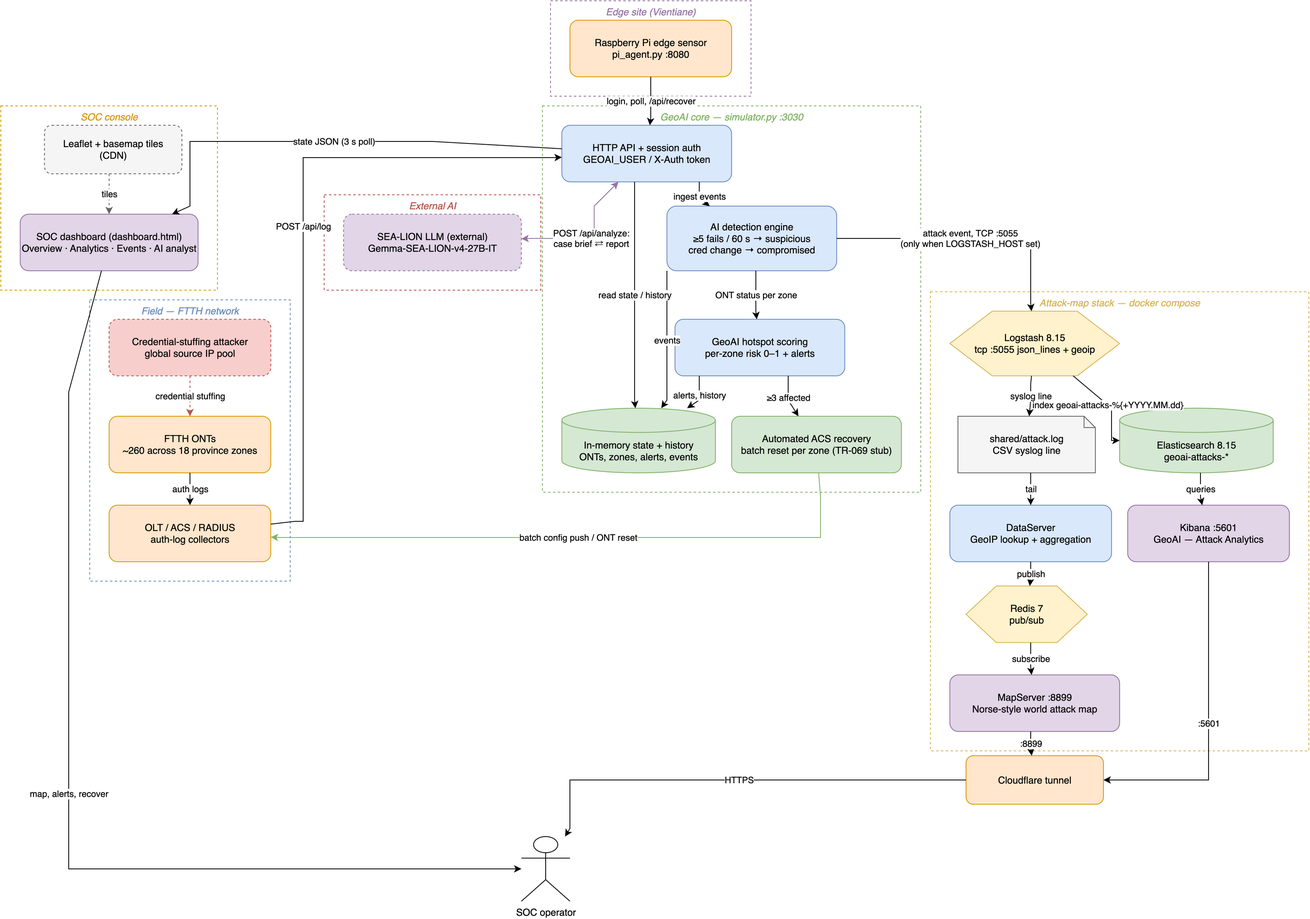
This is docs/architecture.png from phonepadith/HACK_LA_127, a draw.io export, as it was before one commit. Source tidied: cells renumbered, new cells last; positions are measured from the earlier drawing's top-left corner, leaving out a move shared by most shapes.
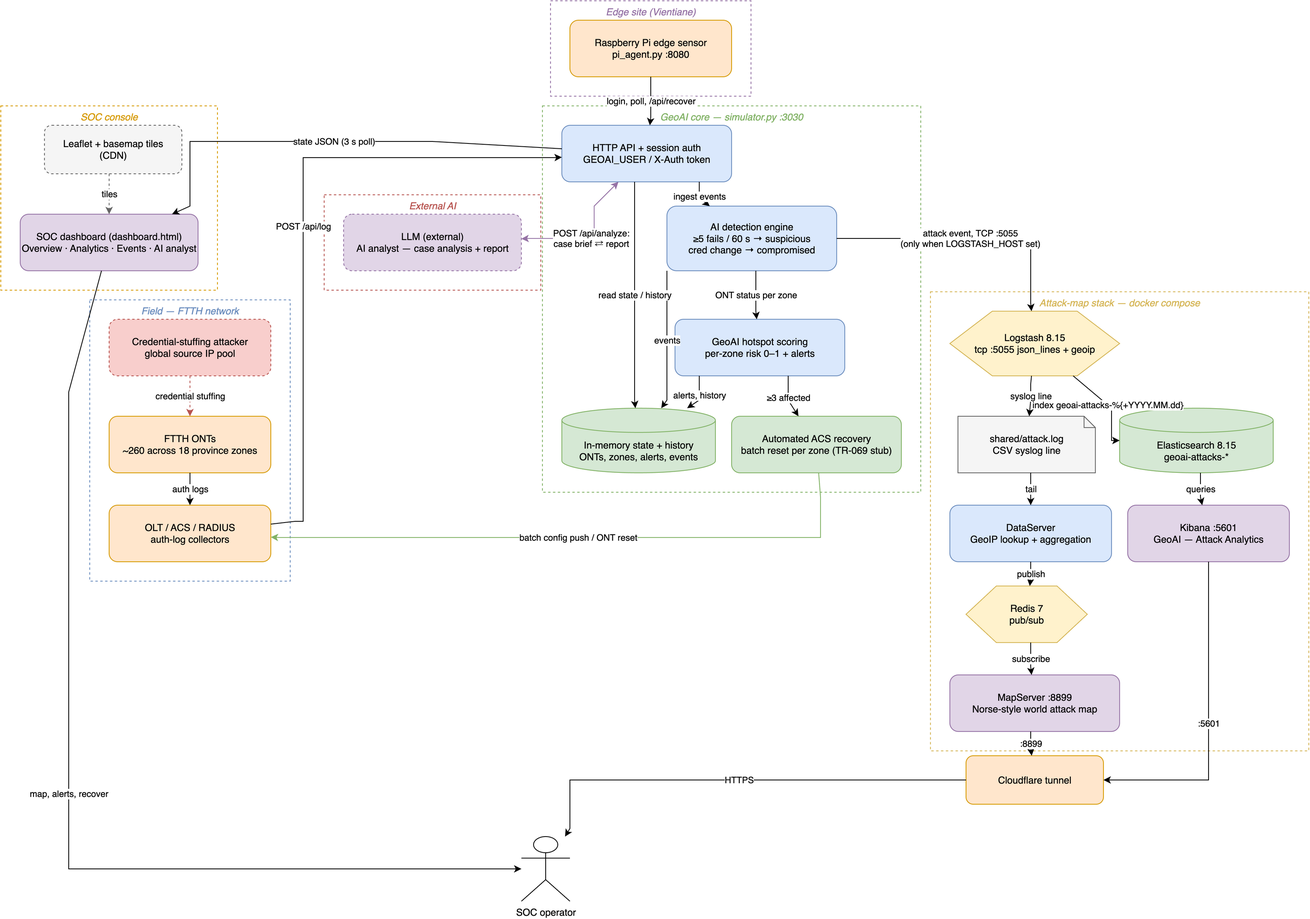
Above is the later version.

Commit message:
Architecture diagram: label the external model generically as LLM

Diff of the diagram source:
```diff
@@ -80,7 +80,7 @@
     <mxCell id="27" value="SOC operator" style="shape=umlActor;verticalLabelPosition=bottom;verticalAlign=top;html=1;" parent="1" vertex="1">
       <mxGeometry x="644" y="1034" width="60" height="80" as="geometry" />
     </mxCell>
-    <mxCell id="28" value="SEA-LION LLM (external)&#10;Gemma-SEA-LION-v4-27B-IT" style="rounded=1;whiteSpace=wrap;html=1;dashed=1;fillColor=#e1d5e7;strokeColor=#9673a6;" parent="4" vertex="1">
+    <mxCell id="28" value="LLM (external)&#10;AI analyst — case analysis + report" style="rounded=1;whiteSpace=wrap;html=1;dashed=1;fillColor=#e1d5e7;strokeColor=#9673a6;" parent="4" vertex="1">
       <mxGeometry x="24" y="24" width="220" height="70" as="geometry" />
     </mxCell>
     <mxCell id="29" value="credential stuffing" style="endArrow=classic;html=1;rounded=0;dashed=1;strokeColor=#b85450;" parent="1" edge="1" source="8" target="9">
```
